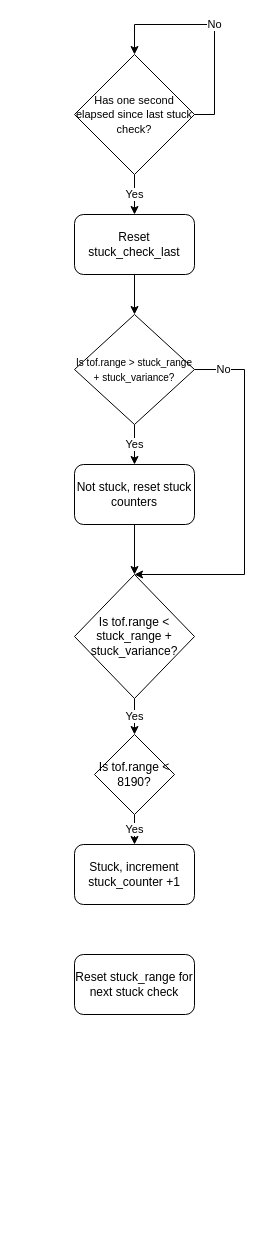
Earlier version of the draw.io diagram Logic flow charts/Untitled Diagram.drawio (huangcz3x/mrjadkowski). Source tidied: cells renumbered, new cells numbered last; positions are measured from the earlier drawing's top-left corner, leaving out a move shared by most shapes. Both pictures are drawn from the tidied source at 100%, with x=0, y=0 at pixel (74, 24).
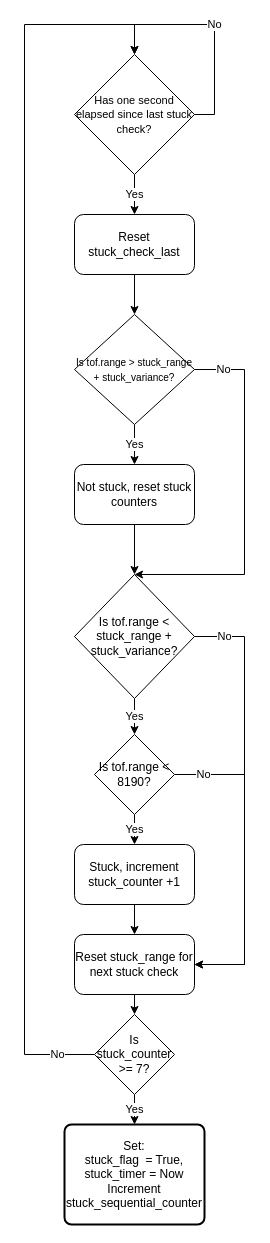
The same diagram, later.

The change refers to these unchanged cells:
```xml
<mxCell id="3" value="&lt;font style=&quot;font-size: 11px&quot;&gt;Has one second elapsed since last stuck check?&lt;/font&gt;" style="rhombus;whiteSpace=wrap;html=1;" parent="1" vertex="1">
  <mxGeometry y="30" width="120" height="120" as="geometry" />
</mxCell>
<mxCell id="13" value="Is tof.range &amp;lt; stuck_range + stuck_variance?" style="rhombus;whiteSpace=wrap;html=1;" parent="1" vertex="1">
  <mxGeometry y="550" width="120" height="124" as="geometry" />
</mxCell>
<mxCell id="14" value="Stuck, increment stuck_counter +1" style="rounded=1;whiteSpace=wrap;html=1;" parent="1" vertex="1">
  <mxGeometry y="820" width="120" height="60" as="geometry" />
</mxCell>
<mxCell id="16" value="Is tof.range &amp;lt; 8190?" style="rhombus;whiteSpace=wrap;html=1;" parent="1" vertex="1">
  <mxGeometry x="20" y="710" width="80" height="80" as="geometry" />
</mxCell>
```

Change to the diagram source:
```diff
@@
+    <mxCell id="18" value="No" style="edgeStyle=orthogonalEdgeStyle;rounded=0;jettySize=auto;html=1;exitX=1;exitY=0.5;exitDx=0;exitDy=0;entryX=1;entryY=0.5;entryDx=0;entryDy=0;" parent="1" edge="1" source="13" target="17">
+      <mxGeometry x="-0.86" relative="1" as="geometry">
+        <Array as="points">
+          <mxPoint x="170" y="612" />
+          <mxPoint x="170" y="940" />
+        </Array>
+      </mxGeometry>
+    </mxCell>
@@
+    <mxCell id="19" style="edgeStyle=orthogonalEdgeStyle;rounded=0;jettySize=auto;html=1;exitX=0.5;exitY=1;exitDx=0;exitDy=0;entryX=0.5;entryY=0;entryDx=0;entryDy=0;" parent="1" edge="1" source="14" target="17">
+      <mxGeometry relative="1" as="geometry" />
+    </mxCell>
@@
+    <mxCell id="20" value="No" style="edgeStyle=orthogonalEdgeStyle;rounded=0;jettySize=auto;html=1;exitX=1;exitY=0.5;exitDx=0;exitDy=0;entryX=1;entryY=0.5;entryDx=0;entryDy=0;" parent="1" edge="1" source="16" target="17">
+      <mxGeometry x="-0.81" relative="1" as="geometry">
+        <Array as="points">
+          <mxPoint x="170" y="750" />
+          <mxPoint x="170" y="940" />
+        </Array>
+      </mxGeometry>
+    </mxCell>
@@
+    <mxCell id="21" style="edgeStyle=orthogonalEdgeStyle;rounded=0;jettySize=auto;html=1;exitX=0.5;exitY=1;exitDx=0;exitDy=0;entryX=0.5;entryY=0;entryDx=0;entryDy=0;" parent="1" edge="1" source="17" target="24">
+      <mxGeometry relative="1" as="geometry" />
+    </mxCell>
     <mxCell id="17" value="Reset stuck_range for next stuck check" style="rounded=1;whiteSpace=wrap;html=1;" parent="1" vertex="1">
-      <mxGeometry y="930" width="120" height="60" as="geometry" />
+      <mxGeometry y="910" width="120" height="60" as="geometry" />
     </mxCell>
+    <mxCell id="22" value="No" style="edgeStyle=orthogonalEdgeStyle;rounded=0;jettySize=auto;html=1;exitX=0;exitY=0.5;exitDx=0;exitDy=0;entryX=0.5;entryY=0;entryDx=0;entryDy=0;" parent="1" edge="1" source="24" target="3">
+      <mxGeometry x="-0.94" relative="1" as="geometry">
+        <Array as="points">
+          <mxPoint x="-50" y="1030" />
+          <mxPoint x="-50" />
+          <mxPoint x="60" />
+        </Array>
+      </mxGeometry>
+    </mxCell>
+    <mxCell id="23" value="Yes" style="edgeStyle=orthogonalEdgeStyle;rounded=0;jettySize=auto;html=1;exitX=0.5;exitY=1;exitDx=0;exitDy=0;" parent="1" edge="1" source="24" target="25">
+      <mxGeometry relative="1" as="geometry" />
+    </mxCell>
+    <mxCell id="24" value="Is stuck_counter &amp;gt;= 7?" style="rhombus;whiteSpace=wrap;html=1;" parent="1" vertex="1">
+      <mxGeometry x="20" y="990" width="80" height="80" as="geometry" />
+    </mxCell>
+    <mxCell id="25" value="Set:&lt;br&gt;stuck_flag&amp;nbsp; = True, stuck_timer = Now&lt;br&gt;Increment stuck_sequential_counter" style="rounded=1;whiteSpace=wrap;html=1;absoluteArcSize=1;arcSize=14;strokeWidth=2;" parent="1" vertex="1">
+      <mxGeometry x="-10" y="1100" width="140" height="100" as="geometry" />
+    </mxCell>
```
